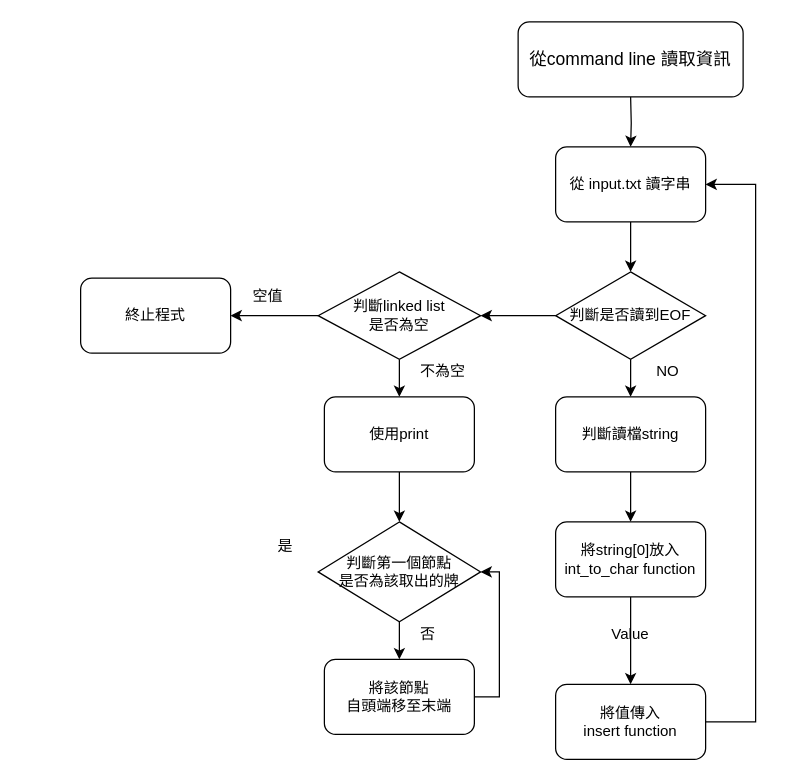
Above: DS_Homework_3_Flowchart.drawio in daniel100373/draw.io (draw.io), before the change. Source tidied: cells renumbered, new cells numbered last; positions are measured from the earlier drawing's top-left corner, leaving out a move shared by most shapes. Both pictures are drawn from the tidied source at 125%, with x=0, y=0 at pixel (80, 21).
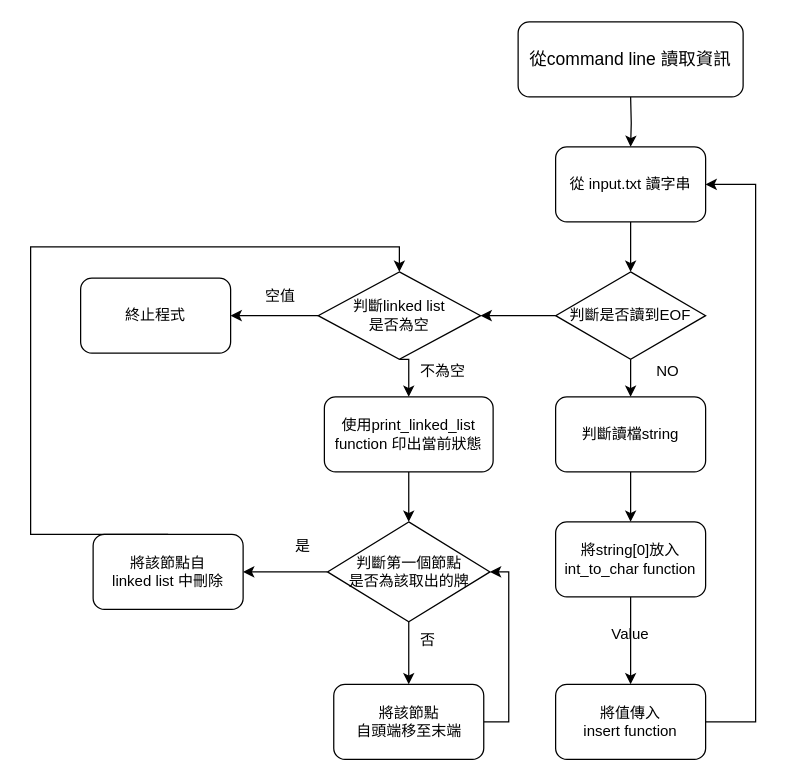
The same diagram, later.

Unchanged cells that the change refers to:
```xml
<mxCell id="20" value="判斷linked list &lt;br&gt;是否為空" style="rhombus;whiteSpace=wrap;html=1;" parent="1" vertex="1">
  <mxGeometry x="190" y="200" width="130" height="70" as="geometry" />
</mxCell>
```

What changed in the source:
```diff
@@
     <mxCell id="22" value="空值" style="text;html=1;strokeColor=none;fillColor=none;align=center;verticalAlign=middle;whiteSpace=wrap;rounded=0;" parent="1" vertex="1">
-      <mxGeometry x="130" y="210" width="40" height="20" as="geometry" />
+      <mxGeometry x="140" y="210" width="40" height="20" as="geometry" />
     </mxCell>
@@
+    <mxCell id="32" style="edgeStyle=orthogonalEdgeStyle;rounded=0;jettySize=auto;html=1;exitX=0;exitY=0.5;exitDx=0;exitDy=0;entryX=1;entryY=0.5;entryDx=0;entryDy=0;" parent="1" edge="1" source="25" target="34">
+      <mxGeometry relative="1" as="geometry" />
+    </mxCell>
     <mxCell id="25" value="判斷第一個節點&lt;br&gt;是否為該取出的牌" style="rhombus;whiteSpace=wrap;html=1;" parent="1" vertex="1">
-      <mxGeometry x="190" y="400" width="130" height="80" as="geometry" />
+      <mxGeometry x="197.5" y="400" width="130" height="80" as="geometry" />
     </mxCell>
     <mxCell id="26" value="否" style="text;html=1;strokeColor=none;fillColor=none;align=center;verticalAlign=middle;whiteSpace=wrap;rounded=0;" parent="1" vertex="1">
-      <mxGeometry x="257.5" y="480" width="40" height="20" as="geometry" />
+      <mxGeometry x="257.5" y="485" width="40" height="20" as="geometry" />
     </mxCell>
     <mxCell id="27" value="是" style="text;html=1;strokeColor=none;fillColor=none;align=center;verticalAlign=middle;whiteSpace=wrap;rounded=0;" parent="1" vertex="1">
-      <mxGeometry x="144" y="410" width="40" height="20" as="geometry" />
+      <mxGeometry x="157.5" y="410" width="40" height="20" as="geometry" />
     </mxCell>
@@
     <mxCell id="29" value="將該節點&lt;br&gt;自頭端移至末端" style="rounded=1;whiteSpace=wrap;html=1;" parent="1" vertex="1">
-      <mxGeometry x="195" y="510" width="120" height="60" as="geometry" />
+      <mxGeometry x="202.5" y="530" width="120" height="60" as="geometry" />
     </mxCell>
@@
-    <mxCell id="31" value="使用print" style="rounded=1;whiteSpace=wrap;html=1;" parent="1" vertex="1">
-      <mxGeometry x="195" y="300" width="120" height="60" as="geometry" />
+    <mxCell id="31" value="使用print_linked_list&lt;br&gt;function 印出當前狀態" style="rounded=1;whiteSpace=wrap;html=1;" parent="1" vertex="1">
+      <mxGeometry x="195" y="300" width="135" height="60" as="geometry" />
     </mxCell>
+    <mxCell id="33" style="edgeStyle=orthogonalEdgeStyle;rounded=0;jettySize=auto;html=1;exitX=0.5;exitY=0;exitDx=0;exitDy=0;entryX=0.5;entryY=0;entryDx=0;entryDy=0;" parent="1" edge="1" source="34" target="20">
+      <mxGeometry relative="1" as="geometry">
+        <Array as="points">
+          <mxPoint x="-40" y="410" />
+          <mxPoint x="-40" y="180" />
+          <mxPoint x="255" y="180" />
+        </Array>
+      </mxGeometry>
+    </mxCell>
+    <mxCell id="34" value="將該節點自&lt;br&gt;linked list 中刪除" style="rounded=1;whiteSpace=wrap;html=1;" parent="1" vertex="1">
+      <mxGeometry x="10" y="410" width="120" height="60" as="geometry" />
+    </mxCell>
```
